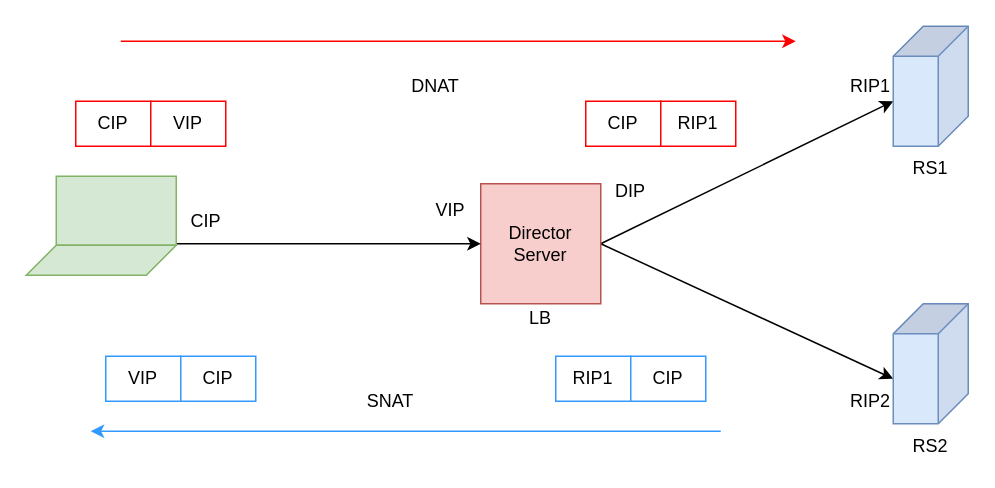
The draw.io diagram lvs-nat.drawio in ctimbai/draw.io, before the edit. Source tidied: cells renumbered, new cells numbered last; positions are measured from the earlier drawing's top-left corner, leaving out a move shared by most shapes. Both pictures are drawn from the tidied source at 150%, with x=0, y=0 at pixel (26, 40).
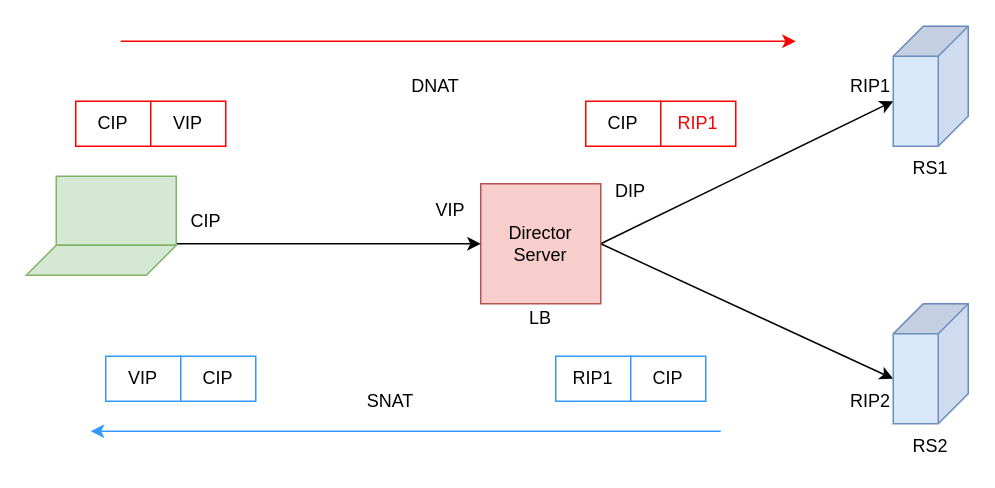
Above is the later version.

The edit, as a diff of the source:
```diff
@@
-    <mxCell id="21" value="RIP1" style="rounded=0;whiteSpace=wrap;html=1;strokeColor=#FF0000;" parent="1" vertex="1">
+    <mxCell id="21" value="&lt;font color=&quot;#ff0000&quot;&gt;RIP1&lt;/font&gt;" style="rounded=0;whiteSpace=wrap;html=1;strokeColor=#FF0000;" parent="1" vertex="1">
       <mxGeometry x="423" y="40" width="50" height="30" as="geometry" />
     </mxCell>
```
